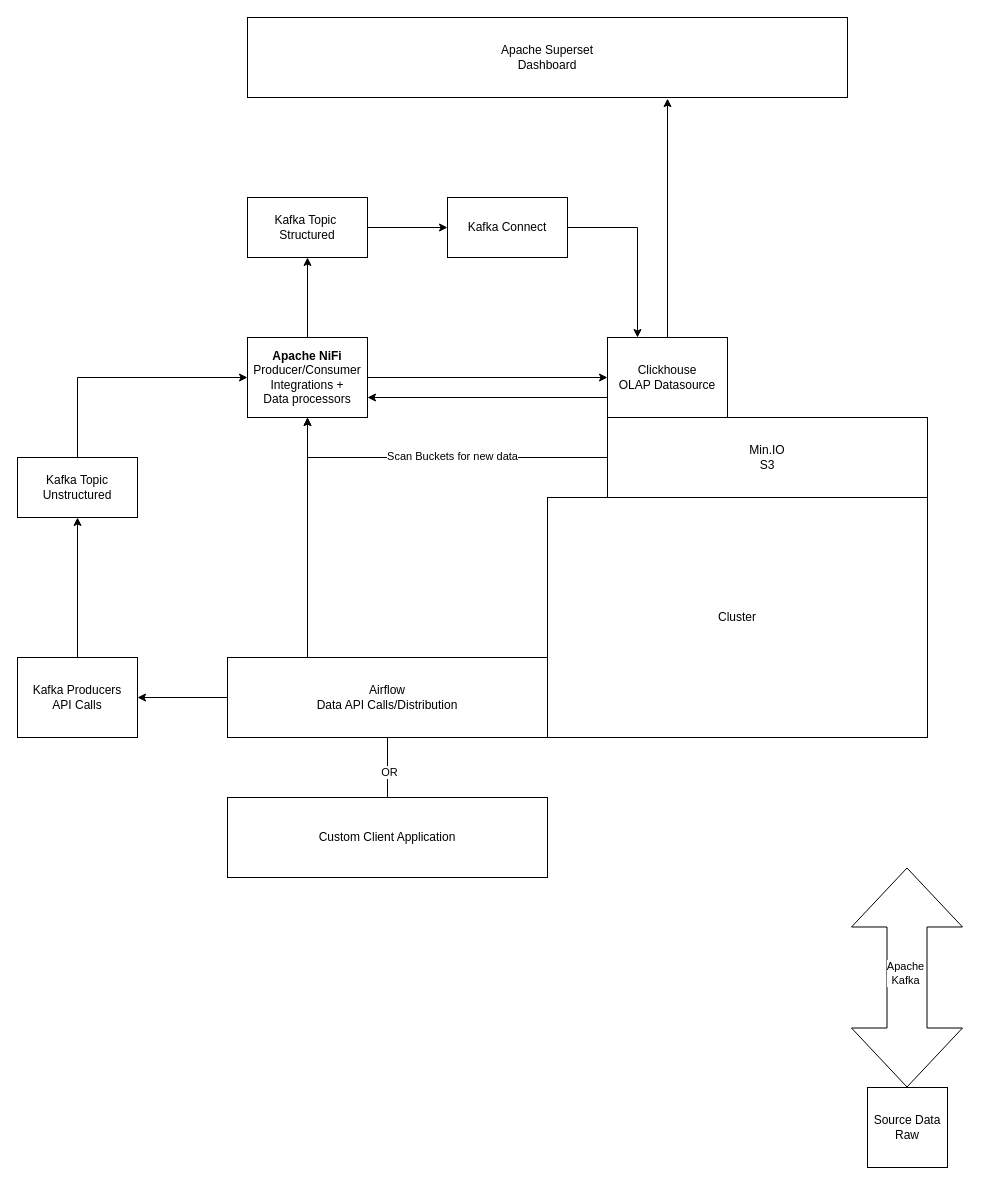
This is architecture.drawio from jackgray/spotlight, a draw.io file, before an edit. Source tidied: cells renumbered, new cells numbered last; positions are measured from the earlier drawing's top-left corner, leaving out a move shared by most shapes. Both pictures are drawn from the tidied source at 100%, with x=0, y=0 at pixel (17, 17).
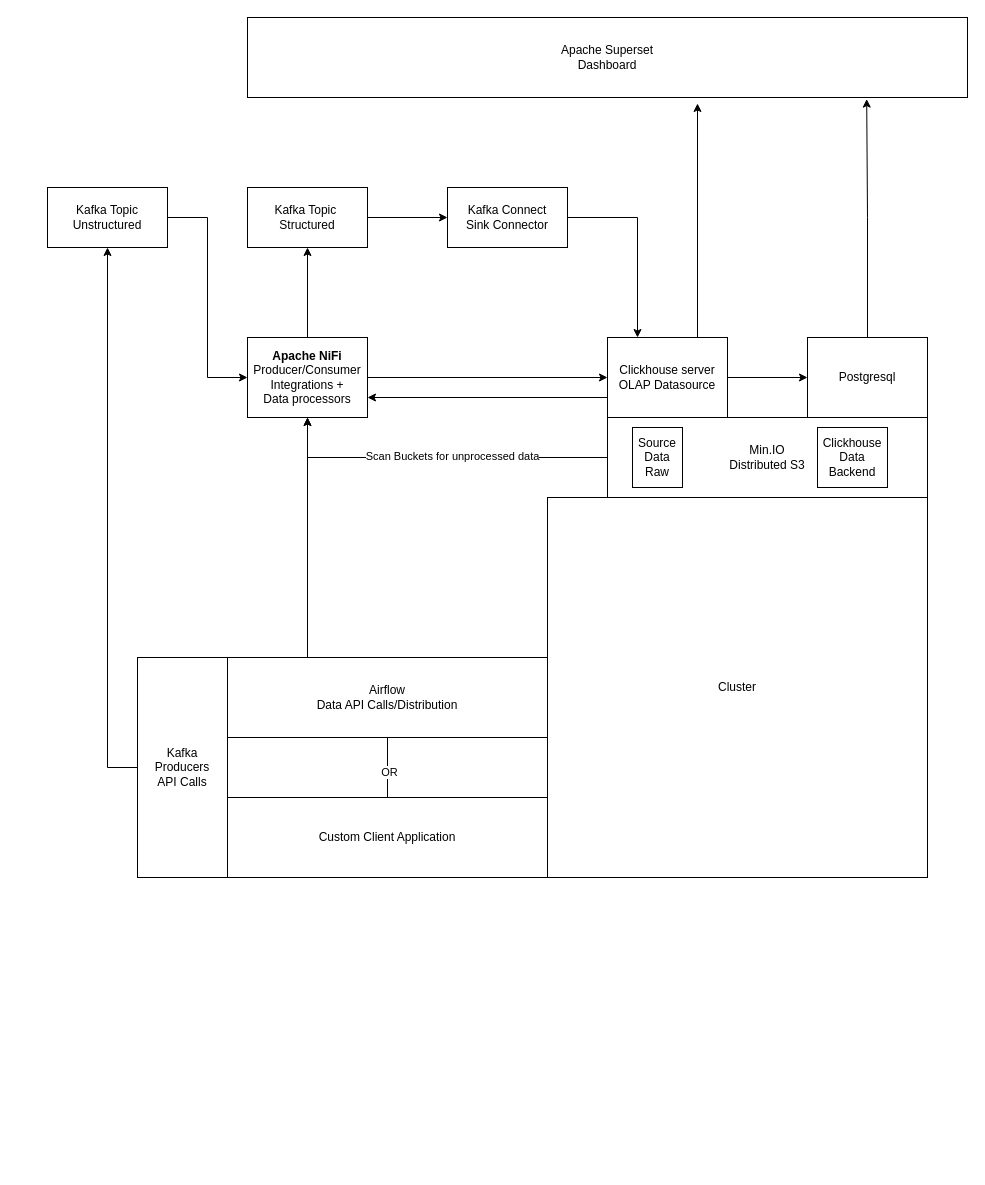
The same diagram, later.

The change refers to these unchanged cells:
```xml
<mxCell id="5" style="edgeStyle=orthogonalEdgeStyle;rounded=0;jettySize=auto;html=1;exitX=0;exitY=0.5;exitDx=0;exitDy=0;entryX=0.5;entryY=1;entryDx=0;entryDy=0;" parent="1" edge="1" source="7" target="19">
  <mxGeometry relative="1" as="geometry" />
</mxCell>
<mxCell id="14" value="Airflow&lt;div&gt;Data API Calls/Distribution&lt;/div&gt;" style="rounded=0;whiteSpace=wrap;html=1;" parent="1" vertex="1">
  <mxGeometry x="210" y="640" width="320" height="80" as="geometry" />
</mxCell>
<mxCell id="19" value="&lt;b&gt;Apache NiFi&lt;/b&gt;&lt;div&gt;Producer/Consumer Integrations +&lt;/div&gt;&lt;div&gt;Data processors&lt;/div&gt;" style="rounded=0;whiteSpace=wrap;html=1;" parent="1" vertex="1">
  <mxGeometry x="230" y="320" width="120" height="80" as="geometry" />
</mxCell>
```

Change to the diagram source:
```diff
@@
     <mxCell id="2" value="&lt;div&gt;Apache Superset&lt;br&gt;&lt;/div&gt;&lt;div&gt;Dashboard&lt;/div&gt;" style="rounded=0;whiteSpace=wrap;html=1;" parent="1" vertex="1">
-      <mxGeometry x="230" width="600" height="80" as="geometry" />
+      <mxGeometry x="230" width="720" height="80" as="geometry" />
     </mxCell>
@@
+    <mxCell id="31" style="edgeStyle=orthogonalEdgeStyle;rounded=0;jettySize=auto;html=1;exitX=1;exitY=0.5;exitDx=0;exitDy=0;entryX=0;entryY=0.5;entryDx=0;entryDy=0;" parent="1" edge="1" source="4" target="32">
+      <mxGeometry relative="1" as="geometry" />
+    </mxCell>
-    <mxCell id="4" value="Clickhouse&lt;div&gt;OLAP Datasource&lt;/div&gt;" style="rounded=0;whiteSpace=wrap;html=1;" parent="1" vertex="1">
+    <mxCell id="4" value="Clickhouse server&lt;div&gt;OLAP Datasource&lt;/div&gt;" style="rounded=0;whiteSpace=wrap;html=1;" parent="1" vertex="1">
       <mxGeometry x="590" y="320" width="120" height="80" as="geometry" />
     </mxCell>
@@
-    <mxCell id="6" value="Scan Buckets for new data" style="edgeLabel;html=1;align=center;verticalAlign=middle;" parent="5" vertex="1">
+    <mxCell id="6" value="Scan Buckets for unprocessed data" style="edgeLabel;html=1;align=center;verticalAlign=middle;" parent="5" vertex="1">
       <mxGeometry x="-0.08" y="-2" relative="1" as="geometry" />
     </mxCell>
-    <mxCell id="7" value="Min.IO&lt;div&gt;S3&lt;/div&gt;" style="rounded=0;whiteSpace=wrap;html=1;" parent="1" vertex="1">
+    <mxCell id="7" value="Min.IO&lt;div&gt;Distributed S3&lt;/div&gt;" style="rounded=0;whiteSpace=wrap;html=1;" parent="1" vertex="1">
       <mxGeometry x="590" y="400" width="320" height="80" as="geometry" />
     </mxCell>
-    <mxCell id="8" style="shape=flexArrow;endArrow=classic;html=1;rounded=0;endWidth=26;endSize=15.33;width=78;strokeColor=none;startArrow=block;" parent="1" edge="1">
-      <mxGeometry relative="1" as="geometry">
-        <mxPoint x="760" y="530" as="sourcePoint" />
-        <mxPoint x="760" y="340" as="targetPoint" />
-        <Array as="points">
-          <mxPoint x="760" y="420" />
-        </Array>
-      </mxGeometry>
-    </mxCell>
-    <mxCell id="9" style="shape=flexArrow;endArrow=classic;html=1;rounded=0;startArrow=block;endWidth=70;endSize=19.33;startWidth=70;startSize=19.33;width=40;exitX=0.5;exitY=0;exitDx=0;exitDy=0;entryX=0.5;entryY=1;entryDx=0;entryDy=0;" parent="1" edge="1">
-      <mxGeometry relative="1" as="geometry">
-        <mxPoint x="889.5" y="1070" as="sourcePoint" />
-        <mxPoint x="889.5" y="850" as="targetPoint" />
-      </mxGeometry>
-    </mxCell>
-    <mxCell id="10" value="Apache&lt;div&gt;Kafka&lt;/div&gt;" style="edgeLabel;html=1;align=center;verticalAlign=middle;" parent="9" vertex="1">
-      <mxGeometry x="0.13" y="-2" relative="1" as="geometry">
-        <mxPoint x="-4" y="9" as="offset" />
-      </mxGeometry>
-    </mxCell>
     <mxCell id="11" value="Source Data Raw" style="rounded=0;whiteSpace=wrap;html=1;" parent="1" vertex="1">
-      <mxGeometry x="850" y="1070" width="80" height="80" as="geometry" />
+      <mxGeometry x="615" y="410" width="50" height="60" as="geometry" />
     </mxCell>
@@
-    <mxCell id="13" style="edgeStyle=orthogonalEdgeStyle;rounded=0;jettySize=auto;html=1;exitX=0;exitY=0.5;exitDx=0;exitDy=0;entryX=1;entryY=0.5;entryDx=0;entryDy=0;" parent="1" edge="1" source="14" target="16">
-      <mxGeometry relative="1" as="geometry" />
-    </mxCell>
@@
-    <mxCell id="15" style="edgeStyle=orthogonalEdgeStyle;rounded=0;jettySize=auto;html=1;exitX=0.5;exitY=0;exitDx=0;exitDy=0;entryX=0.5;entryY=1;entryDx=0;entryDy=0;" parent="1" edge="1" source="16" target="22">
+    <mxCell id="15" style="edgeStyle=orthogonalEdgeStyle;rounded=0;jettySize=auto;html=1;exitX=0;exitY=0.5;exitDx=0;exitDy=0;entryX=0.5;entryY=1;entryDx=0;entryDy=0;" parent="1" edge="1" source="16" target="22">
       <mxGeometry relative="1" as="geometry" />
     </mxCell>
     <mxCell id="16" value="Kafka Producers&lt;div&gt;API Calls&lt;/div&gt;" style="rounded=0;whiteSpace=wrap;html=1;" parent="1" vertex="1">
-      <mxGeometry y="640" width="120" height="80" as="geometry" />
+      <mxGeometry x="120" y="640" width="90" height="220" as="geometry" />
     </mxCell>
@@
-    <mxCell id="20" style="edgeStyle=orthogonalEdgeStyle;rounded=0;jettySize=auto;html=1;exitX=0.5;exitY=0;exitDx=0;exitDy=0;entryX=0.7;entryY=1.014;entryDx=0;entryDy=0;entryPerimeter=0;" parent="1" edge="1" source="4" target="2">
-      <mxGeometry relative="1" as="geometry" />
+    <mxCell id="20" style="edgeStyle=orthogonalEdgeStyle;rounded=0;jettySize=auto;html=1;exitX=0.75;exitY=0;exitDx=0;exitDy=0;" parent="1" edge="1" source="4">
+      <mxGeometry relative="1" as="geometry">
+        <mxPoint x="680" y="86" as="targetPoint" />
+      </mxGeometry>
     </mxCell>
-    <mxCell id="21" style="edgeStyle=orthogonalEdgeStyle;rounded=0;jettySize=auto;html=1;exitX=0.5;exitY=0;exitDx=0;exitDy=0;entryX=0;entryY=0.5;entryDx=0;entryDy=0;" parent="1" edge="1" source="22" target="19">
+    <mxCell id="21" style="edgeStyle=orthogonalEdgeStyle;rounded=0;jettySize=auto;html=1;exitX=1;exitY=0.5;exitDx=0;exitDy=0;entryX=0;entryY=0.5;entryDx=0;entryDy=0;" parent="1" edge="1" source="22" target="19">
       <mxGeometry relative="1" as="geometry" />
     </mxCell>
     <mxCell id="22" value="Kafka Topic&lt;div&gt;Unstructured&lt;/div&gt;" style="rounded=0;whiteSpace=wrap;html=1;" parent="1" vertex="1">
-      <mxGeometry y="440" width="120" height="60" as="geometry" />
+      <mxGeometry x="30" y="170" width="120" height="60" as="geometry" />
     </mxCell>
@@
     <mxCell id="24" value="Kafka Topic&amp;nbsp;&lt;div&gt;Structured&lt;/div&gt;" style="rounded=0;whiteSpace=wrap;html=1;" parent="1" vertex="1">
-      <mxGeometry x="230" y="180" width="120" height="60" as="geometry" />
+      <mxGeometry x="230" y="170" width="120" height="60" as="geometry" />
     </mxCell>
@@
-    <mxCell id="26" value="Kafka Connect" style="rounded=0;whiteSpace=wrap;html=1;" parent="1" vertex="1">
-      <mxGeometry x="430" y="180" width="120" height="60" as="geometry" />
+    <mxCell id="26" value="Kafka Connect&lt;div&gt;Sink Connector&lt;/div&gt;" style="rounded=0;whiteSpace=wrap;html=1;" parent="1" vertex="1">
+      <mxGeometry x="430" y="170" width="120" height="60" as="geometry" />
     </mxCell>
@@
     <mxCell id="30" value="Cluster" style="rounded=0;whiteSpace=wrap;html=1;" parent="1" vertex="1">
-      <mxGeometry x="530" y="480" width="380" height="240" as="geometry" />
+      <mxGeometry x="530" y="480" width="380" height="380" as="geometry" />
     </mxCell>
+    <mxCell id="32" value="&lt;div&gt;Postgresql&lt;/div&gt;" style="rounded=0;whiteSpace=wrap;html=1;" parent="1" vertex="1">
+      <mxGeometry x="790" y="320" width="120" height="80" as="geometry" />
+    </mxCell>
+    <mxCell id="33" style="edgeStyle=orthogonalEdgeStyle;rounded=0;jettySize=auto;html=1;exitX=0.5;exitY=0;exitDx=0;exitDy=0;entryX=0.86;entryY=1.02;entryDx=0;entryDy=0;entryPerimeter=0;" parent="1" edge="1" source="32" target="2">
+      <mxGeometry relative="1" as="geometry" />
+    </mxCell>
+    <mxCell id="34" value="Clickhouse&lt;div&gt;Data Backend&lt;/div&gt;" style="rounded=0;whiteSpace=wrap;html=1;" parent="1" vertex="1">
+      <mxGeometry x="800" y="410" width="70" height="60" as="geometry" />
+    </mxCell>
```
